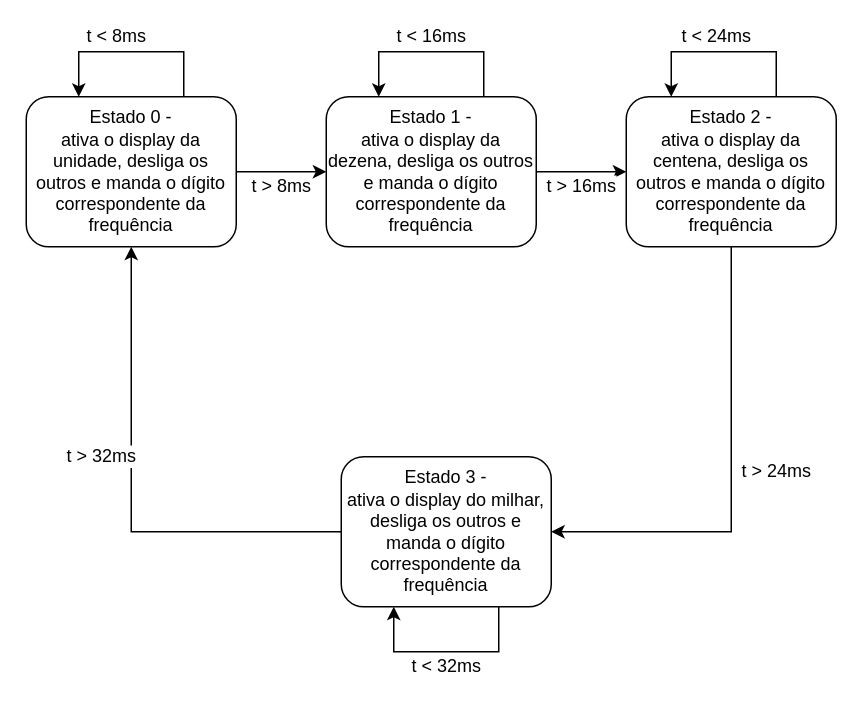
Earlier version of the draw.io diagram Projeto 2/EA076_Fluxograma_atv5.drawio (GustavoFA/EA076_2022_1S). Source tidied: cells renumbered, new cells numbered last; positions are measured from the earlier drawing's top-left corner, leaving out a move shared by most shapes. Both pictures are drawn from the tidied source at 150%, with x=0, y=0 at pixel (26, 51).
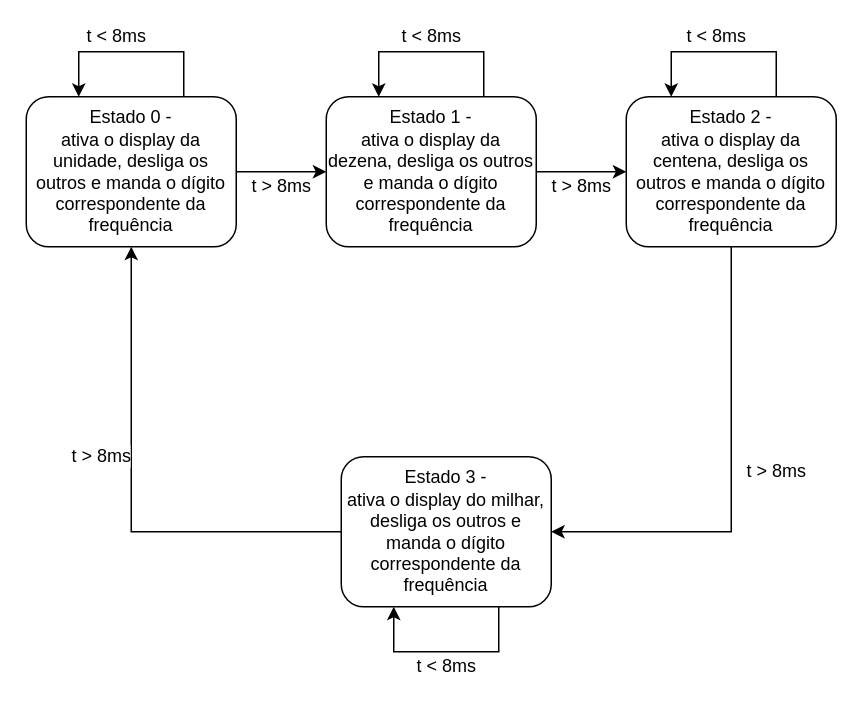
The same page after the edit.

The change refers to these unchanged cells:
```xml
<mxCell id="3" value="Estado 0 -&lt;br&gt;ativa o display da unidade, desliga os outros e manda o dígito correspondente da frequência" style="rounded=1;whiteSpace=wrap;html=1;" parent="1" vertex="1">
  <mxGeometry y="30" width="140" height="100" as="geometry" />
</mxCell>
<mxCell id="5" value="Estado 1 -&lt;br&gt;ativa o display da dezena, desliga os outros e manda o dígito correspondente da frequência" style="rounded=1;whiteSpace=wrap;html=1;" parent="1" vertex="1">
  <mxGeometry x="200" y="30" width="140" height="100" as="geometry" />
</mxCell>
<mxCell id="7" value="Estado 2 -&lt;br&gt;ativa o display da centena, desliga os outros e manda o dígito correspondente da frequência" style="rounded=1;whiteSpace=wrap;html=1;" parent="1" vertex="1">
  <mxGeometry x="400" y="30" width="140" height="100" as="geometry" />
</mxCell>
<mxCell id="9" value="Estado 3 -&lt;br&gt;ativa o display do milhar, desliga os outros e manda o dígito correspondente da frequência" style="rounded=1;whiteSpace=wrap;html=1;" parent="1" vertex="1">
  <mxGeometry x="210" y="270" width="140" height="100" as="geometry" />
</mxCell>
```

Change to the diagram source:
```diff
@@
-    <mxCell id="4" value="t &amp;gt; 16ms" style="edgeStyle=orthogonalEdgeStyle;rounded=0;jettySize=auto;html=1;fontSize=12;" parent="1" edge="1" source="5" target="7">
+    <mxCell id="4" value="t &amp;gt; 8ms" style="edgeStyle=orthogonalEdgeStyle;rounded=0;jettySize=auto;html=1;fontSize=12;" parent="1" edge="1" source="5" target="7">
       <mxGeometry y="-10" relative="1" as="geometry" />
     </mxCell>
@@
-    <mxCell id="6" value="t &amp;gt; 24ms" style="edgeStyle=orthogonalEdgeStyle;rounded=0;jettySize=auto;html=1;fontSize=12;" parent="1" edge="1" source="7" target="9">
+    <mxCell id="6" value="t &amp;gt; 8ms" style="edgeStyle=orthogonalEdgeStyle;rounded=0;jettySize=auto;html=1;fontSize=12;" parent="1" edge="1" source="7" target="9">
       <mxGeometry x="-0.03" y="30" relative="1" as="geometry">
         <Array as="points">
           <mxPoint x="470" y="320" />
         </Array>
       </mxGeometry>
     </mxCell>
@@
-    <mxCell id="8" value="t &amp;gt; 32ms" style="edgeStyle=orthogonalEdgeStyle;rounded=0;jettySize=auto;html=1;exitX=0;exitY=0.5;exitDx=0;exitDy=0;entryX=0.5;entryY=1;entryDx=0;entryDy=0;fontSize=12;" parent="1" edge="1" source="9" target="3">
+    <mxCell id="8" value="t &amp;gt; 8ms" style="edgeStyle=orthogonalEdgeStyle;rounded=0;jettySize=auto;html=1;exitX=0;exitY=0.5;exitDx=0;exitDy=0;entryX=0.5;entryY=1;entryDx=0;entryDy=0;fontSize=12;" parent="1" edge="1" source="9" target="3">
       <mxGeometry x="0.15" y="20" relative="1" as="geometry" />
     </mxCell>
@@
-    <mxCell id="11" value="t &amp;lt; 16ms" style="edgeStyle=orthogonalEdgeStyle;rounded=0;orthogonalLoop=1;jettySize=auto;html=1;exitX=0.75;exitY=0;exitDx=0;exitDy=0;entryX=0.25;entryY=0;entryDx=0;entryDy=0;fontSize=12;" parent="1" edge="1">
+    <mxCell id="11" value="t &amp;lt; 8ms" style="edgeStyle=orthogonalEdgeStyle;rounded=0;orthogonalLoop=1;jettySize=auto;html=1;exitX=0.75;exitY=0;exitDx=0;exitDy=0;entryX=0.25;entryY=0;entryDx=0;entryDy=0;fontSize=12;" parent="1" edge="1">
       <mxGeometry y="-10" relative="1" as="geometry">
         <mxPoint x="305" y="30" as="sourcePoint" />
         <mxPoint x="235" y="30" as="targetPoint" />
         <Array as="points">
           <mxPoint x="305" />
           <mxPoint x="235" />
         </Array>
       </mxGeometry>
     </mxCell>
-    <mxCell id="12" value="t &amp;lt; 24ms" style="edgeStyle=orthogonalEdgeStyle;rounded=0;orthogonalLoop=1;jettySize=auto;html=1;exitX=0.75;exitY=0;exitDx=0;exitDy=0;entryX=0.25;entryY=0;entryDx=0;entryDy=0;fontSize=12;" parent="1" edge="1">
+    <mxCell id="12" value="t &amp;lt; 8ms" style="edgeStyle=orthogonalEdgeStyle;rounded=0;orthogonalLoop=1;jettySize=auto;html=1;exitX=0.75;exitY=0;exitDx=0;exitDy=0;entryX=0.25;entryY=0;entryDx=0;entryDy=0;fontSize=12;" parent="1" edge="1">
       <mxGeometry x="0.08" y="-10" relative="1" as="geometry">
         <mxPoint x="500" y="30" as="sourcePoint" />
         <mxPoint x="430" y="30" as="targetPoint" />
         <Array as="points">
           <mxPoint x="500" />
           <mxPoint x="430" />
         </Array>
       </mxGeometry>
     </mxCell>
-    <mxCell id="13" value="&lt;font style=&quot;font-size: 12px&quot;&gt;t &amp;lt; 32ms&lt;/font&gt;" style="edgeStyle=orthogonalEdgeStyle;rounded=0;orthogonalLoop=1;jettySize=auto;html=1;exitX=0.75;exitY=1;exitDx=0;exitDy=0;entryX=0.25;entryY=1;entryDx=0;entryDy=0;" parent="1" edge="1" source="9" target="9">
+    <mxCell id="13" value="&lt;font style=&quot;font-size: 12px&quot;&gt;t &amp;lt; 8ms&lt;/font&gt;" style="edgeStyle=orthogonalEdgeStyle;rounded=0;orthogonalLoop=1;jettySize=auto;html=1;exitX=0.75;exitY=1;exitDx=0;exitDy=0;entryX=0.25;entryY=1;entryDx=0;entryDy=0;" parent="1" edge="1" source="9" target="9">
       <mxGeometry y="10" relative="1" as="geometry">
         <Array as="points">
           <mxPoint x="315" y="400" />
           <mxPoint x="245" y="400" />
         </Array>
       </mxGeometry>
     </mxCell>
```
